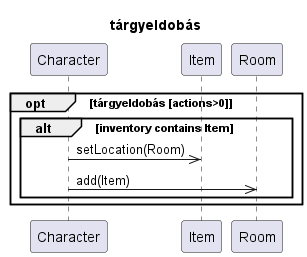
Above: out/diagramms/src/drop_pickup/drop.png in kipolaris/skyrimscriptsuttogok (PlantUML), before the change.
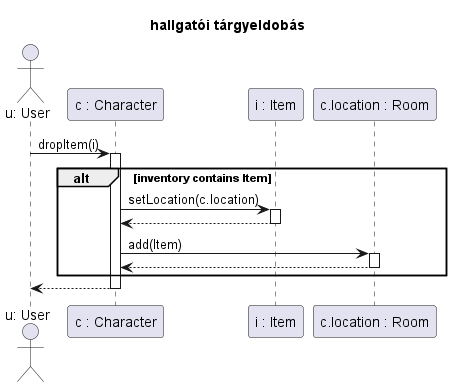
The same diagram one commit later.

What changed in the source:
```diff
@@ -1,16 +1,21 @@
 @startuml drop
 
-Title tárgyeldobás
+Title hallgatói tárgyeldobás
 
-participant Character as char
-participant Item as t
-participant Room as sz
+actor "u: User" as u
+participant "c : Character" as char
+participant "i : Item" as t
+participant "c.location : Room" as sz
 
-opt tárgyeldobás [actions>0]
-    alt inventory contains Item
-        char->>t : setLocation(Room)
-        char->>sz : add(Item)
-    end
+u->char ++: dropItem(i)
+
+alt inventory contains Item
+    char->t ++: setLocation(c.location)
+    return
+    char->sz ++: add(Item)
+    return
 end
 
+char-->u --:
+
 @enduml
```
